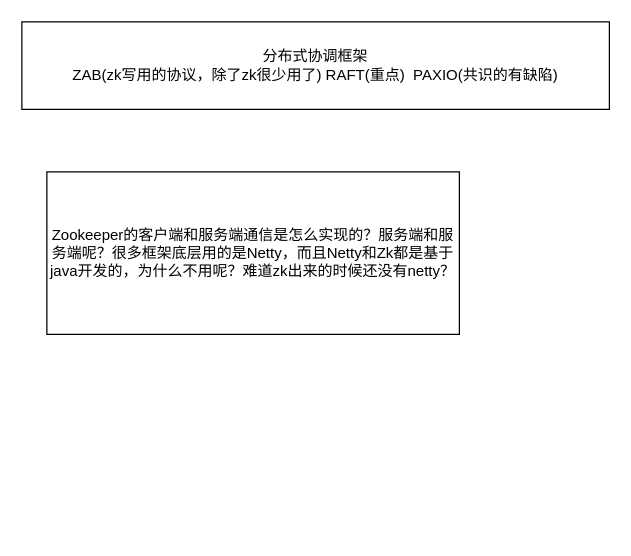
Before: JAVA/Zookeeper.drawio in KGwolf/MyDraw, a draw.io diagram. Source tidied: cells renumbered, new cells numbered last; positions are measured from the earlier drawing's top-left corner, leaving out a move shared by most shapes. Both pictures are drawn from the tidied source at 125%, with x=0, y=0 at pixel (21, 21).
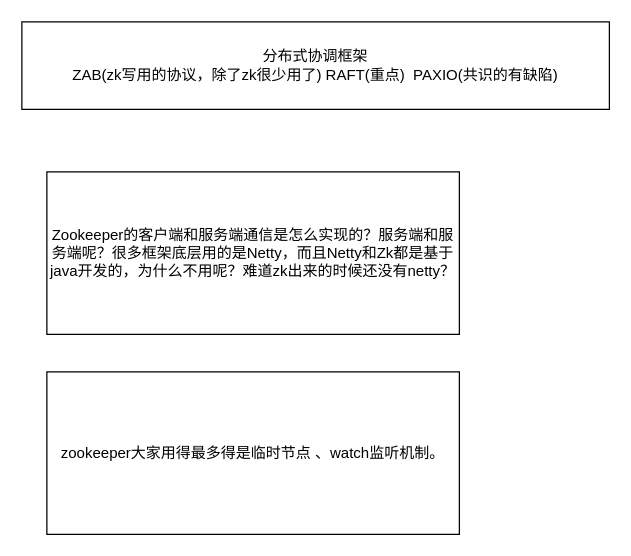
The same page after the edit.

Change to the diagram source:
```diff
@@
 <mxGraphModel>
   <root>
     <mxCell id="0" />
     <mxCell id="1" parent="0" />
     <mxCell id="2" value="分布式协调框架&lt;br&gt;ZAB(zk写用的协议，除了zk很少用了) RAFT(重点)&amp;nbsp; PAXIO(共识的有缺陷)" style="rounded=0;whiteSpace=wrap;html=1;" parent="1" vertex="1">
       <mxGeometry width="470" height="70" as="geometry" />
     </mxCell>
     <mxCell id="3" value="Zookeeper的客户端和服务端通信是怎么实现的？服务端和服务端呢？很多框架底层用的是Netty，而且Netty和Zk都是基于java开发的，为什么不用呢？难道zk出来的时候还没有netty？" style="rounded=0;whiteSpace=wrap;html=1;" parent="1" vertex="1">
       <mxGeometry x="20" y="120" width="330" height="130" as="geometry" />
     </mxCell>
+    <mxCell id="4" value="zookeeper大家用得最多得是临时节点 、watch监听机制。" style="rounded=0;whiteSpace=wrap;html=1;" parent="1" vertex="1">
+      <mxGeometry x="20" y="280" width="330" height="130" as="geometry" />
+    </mxCell>
   </root>
 </mxGraphModel>
```
